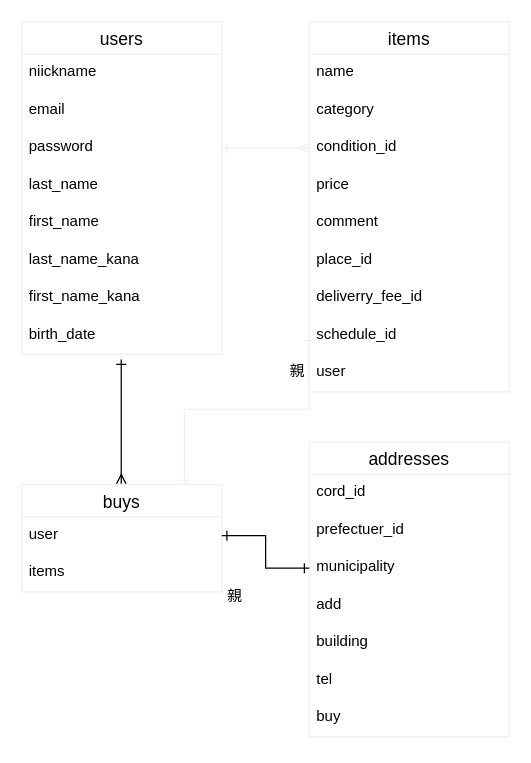
The draw.io diagram furima.dio in rdenden/furima-33051, before the edit. Source tidied: cells renumbered, new cells numbered last; positions are measured from the earlier drawing's top-left corner, leaving out a move shared by most shapes. Both pictures are drawn from the tidied source at 125%, with x=0, y=0 at pixel (21, 21).
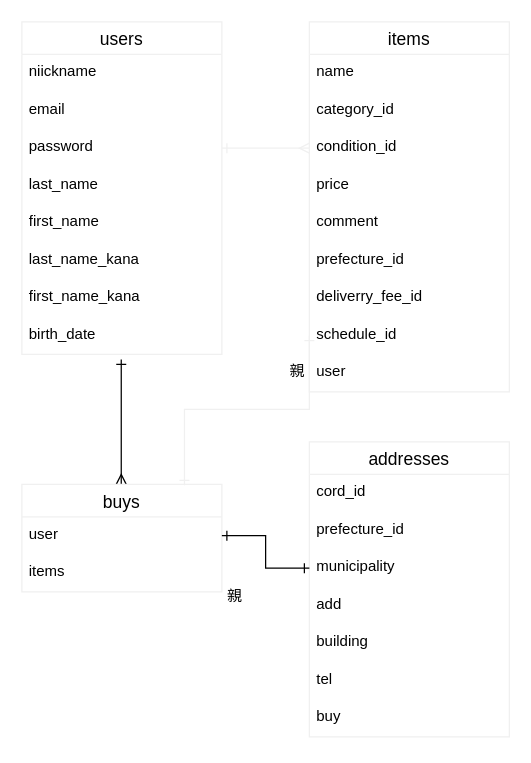
Above is the later version.

Commit message (it also covers changes not shown here):
ER図とREADME作成を修正2

The change refers to these unchanged cells:
```xml
<mxCell id="15" value="items" style="swimlane;fontStyle=0;horizontal=1;startSize=26;align=center;fontSize=14;strokeColor=#F0F0F0;" parent="1" vertex="1">
  <mxGeometry x="230" width="160" height="296" as="geometry" />
</mxCell>
<mxCell id="27" value="addresses" style="swimlane;fontStyle=0;horizontal=1;startSize=26;align=center;fontSize=14;strokeColor=#F0F0F0;" parent="1" vertex="1">
  <mxGeometry x="230" y="336" width="160" height="236" as="geometry" />
</mxCell>
```

Change to the diagram source:
```diff
@@
-    <mxCell id="17" value="category" style="text;strokeColor=none;fillColor=none;spacingLeft=4;spacingRight=4;overflow=hidden;fontSize=12;" parent="15" vertex="1">
+    <mxCell id="17" value="category_id" style="text;strokeColor=none;fillColor=none;spacingLeft=4;spacingRight=4;overflow=hidden;fontSize=12;" parent="15" vertex="1">
       <mxGeometry y="56" width="160" height="30" as="geometry" />
     </mxCell>
@@
-    <mxCell id="21" value="place_id" style="text;strokeColor=none;fillColor=none;spacingLeft=4;spacingRight=4;overflow=hidden;fontSize=12;" parent="15" vertex="1">
+    <mxCell id="21" value="prefecture_id" style="text;strokeColor=none;fillColor=none;spacingLeft=4;spacingRight=4;overflow=hidden;fontSize=12;" parent="15" vertex="1">
       <mxGeometry y="176" width="160" height="30" as="geometry" />
     </mxCell>
@@
-    <mxCell id="29" value="prefectuer_id" style="text;strokeColor=none;fillColor=none;spacingLeft=4;spacingRight=4;overflow=hidden;fontSize=12;" parent="27" vertex="1">
+    <mxCell id="29" value="prefecture_id" style="text;strokeColor=none;fillColor=none;spacingLeft=4;spacingRight=4;overflow=hidden;fontSize=12;" parent="27" vertex="1">
       <mxGeometry y="56" width="160" height="30" as="geometry" />
     </mxCell>
```
